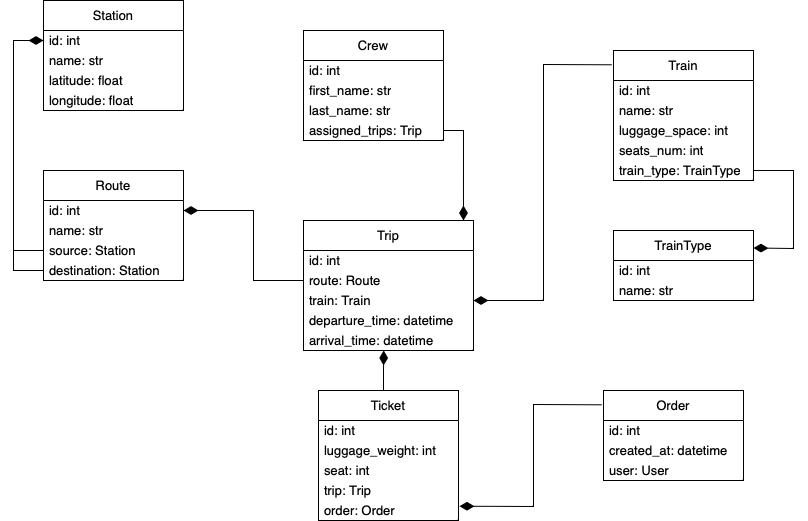
Above: db_diagram.png in ilushasm/train-station-api-service (draw.io), before the change. Source tidied: cells renumbered, new cells last; positions are measured from the earlier drawing's top-left corner, leaving out a move shared by most shapes. Source of this version:
```xml
<mxGraphModel>
  <root>
    <mxCell id="0" />
    <mxCell id="1" parent="0" />
    <mxCell id="2" value="Crew" style="swimlane;fontStyle=0;horizontal=1;startSize=30;whiteSpace=wrap;html=1;fontSize=13;" parent="1" vertex="1">
      <mxGeometry x="290" y="30" width="140" height="110" as="geometry" />
    </mxCell>
    <mxCell id="3" value="id: int" style="text;strokeColor=none;fillColor=none;align=left;verticalAlign=middle;spacingLeft=4;spacingRight=4;overflow=hidden;whiteSpace=wrap;html=1;fontSize=13;" parent="2" vertex="1">
      <mxGeometry y="30" width="140" height="20" as="geometry" />
    </mxCell>
    <mxCell id="4" value="first_name: str" style="text;strokeColor=none;fillColor=none;align=left;verticalAlign=middle;spacingLeft=4;spacingRight=4;overflow=hidden;whiteSpace=wrap;html=1;fontSize=13;" parent="2" vertex="1">
      <mxGeometry y="50" width="140" height="20" as="geometry" />
    </mxCell>
    <mxCell id="5" value="last_name: str" style="text;strokeColor=none;fillColor=none;align=left;verticalAlign=middle;spacingLeft=4;spacingRight=4;overflow=hidden;whiteSpace=wrap;html=1;fontSize=13;" parent="2" vertex="1">
      <mxGeometry y="70" width="140" height="20" as="geometry" />
    </mxCell>
    <mxCell id="6" value="assigned_trips: Trip" style="text;strokeColor=none;fillColor=none;align=left;verticalAlign=middle;spacingLeft=4;spacingRight=4;overflow=hidden;points=[[0,0.5],[1,0.5]];portConstraint=eastwest;whiteSpace=wrap;html=1;fontSize=13;" parent="2" vertex="1">
      <mxGeometry y="90" width="140" height="20" as="geometry" />
    </mxCell>
    <mxCell id="7" value="Trip" style="swimlane;fontStyle=0;horizontal=1;startSize=30;whiteSpace=wrap;html=1;fontSize=13;" parent="1" vertex="1">
      <mxGeometry x="290" y="220" width="170" height="130" as="geometry" />
    </mxCell>
    <mxCell id="8" value="id: int" style="text;strokeColor=none;fillColor=none;align=left;verticalAlign=middle;spacingLeft=4;spacingRight=4;overflow=hidden;whiteSpace=wrap;html=1;fontSize=13;" parent="7" vertex="1">
      <mxGeometry y="30" width="170" height="20" as="geometry" />
    </mxCell>
    <mxCell id="9" value="route: Route" style="text;strokeColor=none;fillColor=none;align=left;verticalAlign=middle;spacingLeft=4;spacingRight=4;overflow=hidden;points=[[0,0.5],[1,0.5]];portConstraint=eastwest;whiteSpace=wrap;html=1;fontSize=13;" parent="7" vertex="1">
      <mxGeometry y="50" width="170" height="20" as="geometry" />
    </mxCell>
    <mxCell id="10" value="train: Train" style="text;strokeColor=none;fillColor=none;align=left;verticalAlign=middle;spacingLeft=4;spacingRight=4;overflow=hidden;points=[[0,0.5],[1,0.5]];portConstraint=eastwest;whiteSpace=wrap;html=1;fontSize=13;" parent="7" vertex="1">
      <mxGeometry y="70" width="170" height="20" as="geometry" />
    </mxCell>
    <mxCell id="11" value="departure_time: datetime" style="text;strokeColor=none;fillColor=none;align=left;verticalAlign=middle;spacingLeft=4;spacingRight=4;overflow=hidden;whiteSpace=wrap;html=1;fontSize=13;" parent="7" vertex="1">
      <mxGeometry y="90" width="170" height="20" as="geometry" />
    </mxCell>
    <mxCell id="12" value="arrival_time: datetime" style="text;strokeColor=none;fillColor=none;align=left;verticalAlign=middle;spacingLeft=4;spacingRight=4;overflow=hidden;points=[[0,0.5],[1,0.5]];portConstraint=eastwest;whiteSpace=wrap;html=1;fontSize=13;" parent="7" vertex="1">
      <mxGeometry y="110" width="170" height="20" as="geometry" />
    </mxCell>
    <mxCell id="13" value="Station" style="swimlane;fontStyle=0;horizontal=1;startSize=30;whiteSpace=wrap;html=1;fontSize=13;" parent="1" vertex="1">
      <mxGeometry x="30" width="140" height="110" as="geometry" />
    </mxCell>
    <mxCell id="14" value="id: int" style="text;strokeColor=none;fillColor=none;align=left;verticalAlign=middle;spacingLeft=4;spacingRight=4;overflow=hidden;points=[[0,0.5],[1,0.5]];portConstraint=eastwest;whiteSpace=wrap;html=1;fontSize=13;" parent="13" vertex="1">
      <mxGeometry y="30" width="140" height="20" as="geometry" />
    </mxCell>
    <mxCell id="15" value="name: str" style="text;strokeColor=none;fillColor=none;align=left;verticalAlign=middle;spacingLeft=4;spacingRight=4;overflow=hidden;whiteSpace=wrap;html=1;fontSize=13;" parent="13" vertex="1">
      <mxGeometry y="50" width="140" height="20" as="geometry" />
    </mxCell>
    <mxCell id="16" value="latitude: float" style="text;strokeColor=none;fillColor=none;align=left;verticalAlign=middle;spacingLeft=4;spacingRight=4;overflow=hidden;whiteSpace=wrap;html=1;fontSize=13;" parent="13" vertex="1">
      <mxGeometry y="70" width="140" height="20" as="geometry" />
    </mxCell>
    <mxCell id="17" value="longitude: float" style="text;strokeColor=none;fillColor=none;align=left;verticalAlign=middle;spacingLeft=4;spacingRight=4;overflow=hidden;whiteSpace=wrap;html=1;fontSize=13;" parent="13" vertex="1">
      <mxGeometry y="90" width="140" height="20" as="geometry" />
    </mxCell>
    <mxCell id="18" value="Route" style="swimlane;fontStyle=0;horizontal=1;startSize=30;whiteSpace=wrap;html=1;fontSize=13;" parent="1" vertex="1">
      <mxGeometry x="30" y="170" width="140" height="110" as="geometry" />
    </mxCell>
    <mxCell id="19" value="id: int" style="text;strokeColor=none;fillColor=none;align=left;verticalAlign=middle;spacingLeft=4;spacingRight=4;overflow=hidden;points=[[0,0.5],[1,0.5]];portConstraint=eastwest;whiteSpace=wrap;html=1;fontSize=13;" parent="18" vertex="1">
      <mxGeometry y="30" width="140" height="20" as="geometry" />
    </mxCell>
    <mxCell id="20" value="name: str" style="text;strokeColor=none;fillColor=none;align=left;verticalAlign=middle;spacingLeft=4;spacingRight=4;overflow=hidden;whiteSpace=wrap;html=1;fontSize=13;" parent="18" vertex="1">
      <mxGeometry y="50" width="140" height="20" as="geometry" />
    </mxCell>
    <mxCell id="21" value="source: Station" style="text;strokeColor=none;fillColor=none;align=left;verticalAlign=middle;spacingLeft=4;spacingRight=4;overflow=hidden;points=[[0,0.5],[1,0.5]];portConstraint=eastwest;whiteSpace=wrap;html=1;fontSize=13;" parent="18" vertex="1">
      <mxGeometry y="70" width="140" height="20" as="geometry" />
    </mxCell>
    <mxCell id="22" value="destination: Station" style="text;strokeColor=none;fillColor=none;align=left;verticalAlign=middle;spacingLeft=4;spacingRight=4;overflow=hidden;points=[[0,0.5],[1,0.5]];portConstraint=eastwest;whiteSpace=wrap;html=1;fontSize=13;" parent="18" vertex="1">
      <mxGeometry y="90" width="140" height="20" as="geometry" />
    </mxCell>
    <mxCell id="23" style="endArrow=diamondThin;html=1;rounded=0;exitX=1;exitY=0.5;exitDx=0;exitDy=0;entryX=0.941;entryY=0;entryDx=0;entryDy=0;entryPerimeter=0;endFill=1;strokeWidth=1;endSize=12;fontSize=13;" parent="1" edge="1" source="6" target="7">
      <mxGeometry relative="1" as="geometry">
        <Array as="points">
          <mxPoint x="450" y="130" />
        </Array>
      </mxGeometry>
    </mxCell>
    <mxCell id="24" style="endArrow=diamondThin;html=1;rounded=0;endFill=1;strokeWidth=1;endSize=12;exitX=0;exitY=0.5;exitDx=0;exitDy=0;entryX=0;entryY=0.5;entryDx=0;entryDy=0;fontSize=13;" parent="1" edge="1" source="21" target="14">
      <mxGeometry relative="1" as="geometry">
        <Array as="points">
          <mxPoint y="250" />
          <mxPoint y="40" />
        </Array>
      </mxGeometry>
    </mxCell>
    <mxCell id="25" style="endArrow=none;html=1;rounded=0;entryX=0;entryY=0.5;entryDx=0;entryDy=0;fontSize=13;" parent="1" edge="1" target="22">
      <mxGeometry relative="1" as="geometry">
        <mxPoint y="250" as="sourcePoint" />
        <Array as="points">
          <mxPoint y="270" />
        </Array>
      </mxGeometry>
    </mxCell>
    <mxCell id="26" style="endArrow=diamondThin;html=1;rounded=0;endFill=1;strokeWidth=1;endSize=12;exitX=0;exitY=0.5;exitDx=0;exitDy=0;entryX=1;entryY=0.5;entryDx=0;entryDy=0;fontSize=13;" parent="1" edge="1" source="9" target="19">
      <mxGeometry relative="1" as="geometry">
        <Array as="points">
          <mxPoint x="240" y="280" />
          <mxPoint x="240" y="210" />
        </Array>
      </mxGeometry>
    </mxCell>
    <mxCell id="27" value="TrainType" style="swimlane;fontStyle=0;horizontal=1;startSize=30;whiteSpace=wrap;html=1;fontSize=13;" parent="1" vertex="1">
      <mxGeometry x="600" y="230" width="140" height="70" as="geometry" />
    </mxCell>
    <mxCell id="28" value="id: int" style="text;strokeColor=none;fillColor=none;align=left;verticalAlign=middle;spacingLeft=4;spacingRight=4;overflow=hidden;whiteSpace=wrap;html=1;fontSize=13;" parent="27" vertex="1">
      <mxGeometry y="30" width="140" height="20" as="geometry" />
    </mxCell>
    <mxCell id="29" value="name: str" style="text;strokeColor=none;fillColor=none;align=left;verticalAlign=middle;spacingLeft=4;spacingRight=4;overflow=hidden;whiteSpace=wrap;html=1;fontSize=13;" parent="27" vertex="1">
      <mxGeometry y="50" width="140" height="20" as="geometry" />
    </mxCell>
    <mxCell id="30" value="Train" style="swimlane;fontStyle=0;horizontal=1;startSize=30;whiteSpace=wrap;html=1;fontSize=13;" parent="1" vertex="1">
      <mxGeometry x="600" y="50" width="140" height="130" as="geometry" />
    </mxCell>
    <mxCell id="31" value="id: int" style="text;strokeColor=none;fillColor=none;align=left;verticalAlign=middle;spacingLeft=4;spacingRight=4;overflow=hidden;whiteSpace=wrap;html=1;fontSize=13;" parent="30" vertex="1">
      <mxGeometry y="30" width="140" height="20" as="geometry" />
    </mxCell>
    <mxCell id="32" value="name: str" style="text;strokeColor=none;fillColor=none;align=left;verticalAlign=middle;spacingLeft=4;spacingRight=4;overflow=hidden;whiteSpace=wrap;html=1;fontSize=13;" parent="30" vertex="1">
      <mxGeometry y="50" width="140" height="20" as="geometry" />
    </mxCell>
    <mxCell id="33" value="luggage_space: int" style="text;strokeColor=none;fillColor=none;align=left;verticalAlign=middle;spacingLeft=4;spacingRight=4;overflow=hidden;whiteSpace=wrap;html=1;fontSize=13;" parent="30" vertex="1">
      <mxGeometry y="70" width="140" height="20" as="geometry" />
    </mxCell>
    <mxCell id="34" value="seats_num: int" style="text;strokeColor=none;fillColor=none;align=left;verticalAlign=middle;spacingLeft=4;spacingRight=4;overflow=hidden;whiteSpace=wrap;html=1;fontSize=13;" parent="30" vertex="1">
      <mxGeometry y="90" width="140" height="20" as="geometry" />
    </mxCell>
    <mxCell id="35" value="train_type: TrainType" style="text;strokeColor=none;fillColor=none;align=left;verticalAlign=middle;spacingLeft=4;spacingRight=4;overflow=hidden;points=[[0,0.5],[1,0.5]];portConstraint=eastwest;whiteSpace=wrap;html=1;fontSize=13;" parent="30" vertex="1">
      <mxGeometry y="110" width="140" height="20" as="geometry" />
    </mxCell>
    <mxCell id="36" style="endArrow=diamondThin;html=1;rounded=0;exitX=1;exitY=0.5;exitDx=0;exitDy=0;entryX=1;entryY=0.25;entryDx=0;entryDy=0;endFill=1;strokeWidth=1;endSize=12;fontSize=13;" parent="1" edge="1" source="35" target="27">
      <mxGeometry relative="1" as="geometry">
        <Array as="points">
          <mxPoint x="780" y="170" />
          <mxPoint x="780" y="248" />
        </Array>
      </mxGeometry>
    </mxCell>
    <mxCell id="37" style="endArrow=diamondThin;html=1;rounded=0;exitX=-0.012;exitY=0.11;exitDx=0;exitDy=0;entryX=1;entryY=0.5;entryDx=0;entryDy=0;endFill=1;strokeWidth=1;endSize=12;exitPerimeter=0;fontSize=13;" parent="1" edge="1" source="30" target="10">
      <mxGeometry relative="1" as="geometry">
        <Array as="points">
          <mxPoint x="530" y="64" />
          <mxPoint x="530" y="300" />
        </Array>
      </mxGeometry>
    </mxCell>
    <mxCell id="38" value="Order" style="swimlane;fontStyle=0;horizontal=1;startSize=30;whiteSpace=wrap;html=1;fontSize=13;" parent="1" vertex="1">
      <mxGeometry x="590" y="390" width="140" height="90" as="geometry" />
    </mxCell>
    <mxCell id="39" value="id: int" style="text;strokeColor=none;fillColor=none;align=left;verticalAlign=middle;spacingLeft=4;spacingRight=4;overflow=hidden;whiteSpace=wrap;html=1;fontSize=13;" parent="38" vertex="1">
      <mxGeometry y="30" width="140" height="20" as="geometry" />
    </mxCell>
    <mxCell id="40" value="created_at: datetime" style="text;strokeColor=none;fillColor=none;align=left;verticalAlign=middle;spacingLeft=4;spacingRight=4;overflow=hidden;whiteSpace=wrap;html=1;fontSize=13;" parent="38" vertex="1">
      <mxGeometry y="50" width="140" height="20" as="geometry" />
    </mxCell>
    <mxCell id="41" value="user: User (user.models.User)" style="text;strokeColor=none;fillColor=none;align=left;verticalAlign=middle;spacingLeft=4;spacingRight=4;overflow=hidden;whiteSpace=wrap;html=1;fontSize=13;" parent="38" vertex="1">
      <mxGeometry y="70" width="140" height="20" as="geometry" />
    </mxCell>
    <mxCell id="42" value="Ticket" style="swimlane;fontStyle=0;horizontal=1;startSize=30;whiteSpace=wrap;html=1;fontSize=13;" parent="1" vertex="1">
      <mxGeometry x="305" y="390" width="140" height="130" as="geometry" />
    </mxCell>
    <mxCell id="43" value="id: int" style="text;strokeColor=none;fillColor=none;align=left;verticalAlign=middle;spacingLeft=4;spacingRight=4;overflow=hidden;whiteSpace=wrap;html=1;fontSize=13;" parent="42" vertex="1">
      <mxGeometry y="30" width="140" height="20" as="geometry" />
    </mxCell>
    <mxCell id="44" value="luggage_weight: int" style="text;strokeColor=none;fillColor=none;align=left;verticalAlign=middle;spacingLeft=4;spacingRight=4;overflow=hidden;whiteSpace=wrap;html=1;fontSize=13;" parent="42" vertex="1">
      <mxGeometry y="50" width="140" height="20" as="geometry" />
    </mxCell>
    <mxCell id="45" value="seat: int" style="text;strokeColor=none;fillColor=none;align=left;verticalAlign=middle;spacingLeft=4;spacingRight=4;overflow=hidden;whiteSpace=wrap;html=1;fontSize=13;" parent="42" vertex="1">
      <mxGeometry y="70" width="140" height="20" as="geometry" />
    </mxCell>
    <mxCell id="46" value="trip: Trip" style="text;strokeColor=none;fillColor=none;align=left;verticalAlign=middle;spacingLeft=4;spacingRight=4;overflow=hidden;whiteSpace=wrap;html=1;fontSize=13;" parent="42" vertex="1">
      <mxGeometry y="90" width="140" height="20" as="geometry" />
    </mxCell>
    <mxCell id="47" value="order: Order" style="text;strokeColor=none;fillColor=none;align=left;verticalAlign=middle;spacingLeft=4;spacingRight=4;overflow=hidden;points=[[0,0.5],[1,0.5]];portConstraint=eastwest;whiteSpace=wrap;html=1;fontSize=13;" parent="42" vertex="1">
      <mxGeometry y="110" width="140" height="20" as="geometry" />
    </mxCell>
    <mxCell id="48" style="endArrow=diamondThin;html=1;rounded=0;exitX=-0.012;exitY=0.159;exitDx=0;exitDy=0;entryX=1.007;entryY=0.286;entryDx=0;entryDy=0;endFill=1;strokeWidth=1;endSize=12;exitPerimeter=0;entryPerimeter=0;fontSize=13;" parent="1" edge="1" source="38" target="47">
      <mxGeometry relative="1" as="geometry">
        <Array as="points">
          <mxPoint x="520" y="404" />
          <mxPoint x="520" y="506" />
        </Array>
      </mxGeometry>
    </mxCell>
    <mxCell id="49" style="endArrow=diamondThin;html=1;rounded=0;entryX=0.472;entryY=1;entryDx=0;entryDy=0;entryPerimeter=0;endFill=1;endSize=12;fontSize=13;" parent="1" edge="1" target="12">
      <mxGeometry relative="1" as="geometry">
        <mxPoint x="370" y="390" as="sourcePoint" />
        <Array as="points">
          <mxPoint x="370" y="370" />
        </Array>
      </mxGeometry>
    </mxCell>
  </root>
</mxGraphModel>
```
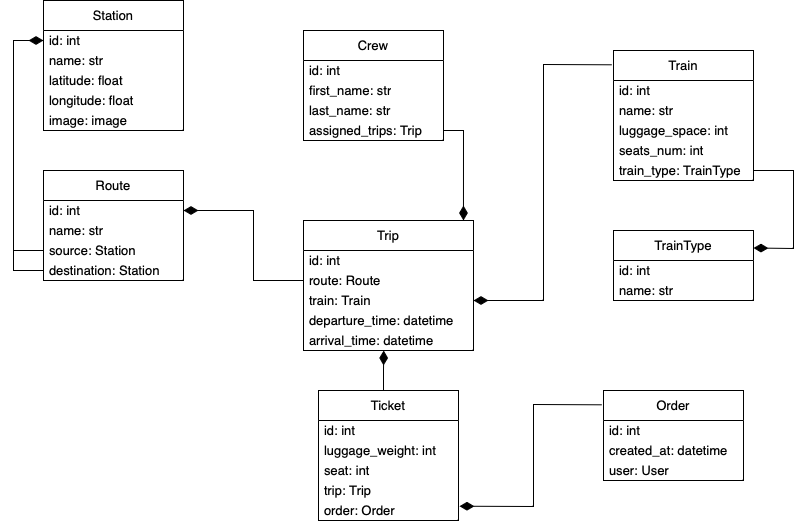
The same file after the commit.

What changed in the source:
```diff
@@ -36,7 +36,7 @@
       <mxGeometry y="110" width="170" height="20" as="geometry" />
     </mxCell>
     <mxCell id="13" value="Station" style="swimlane;fontStyle=0;horizontal=1;startSize=30;whiteSpace=wrap;html=1;fontSize=13;" parent="1" vertex="1">
-      <mxGeometry x="30" width="140" height="110" as="geometry" />
+      <mxGeometry x="30" width="140" height="130" as="geometry" />
     </mxCell>
     <mxCell id="14" value="id: int" style="text;strokeColor=none;fillColor=none;align=left;verticalAlign=middle;spacingLeft=4;spacingRight=4;overflow=hidden;points=[[0,0.5],[1,0.5]];portConstraint=eastwest;whiteSpace=wrap;html=1;fontSize=13;" parent="13" vertex="1">
       <mxGeometry y="30" width="140" height="20" as="geometry" />
@@ -50,6 +50,9 @@
     <mxCell id="17" value="longitude: float" style="text;strokeColor=none;fillColor=none;align=left;verticalAlign=middle;spacingLeft=4;spacingRight=4;overflow=hidden;whiteSpace=wrap;html=1;fontSize=13;" parent="13" vertex="1">
       <mxGeometry y="90" width="140" height="20" as="geometry" />
     </mxCell>
+    <mxCell id="50" value="image: image" style="text;strokeColor=none;fillColor=none;align=left;verticalAlign=middle;spacingLeft=4;spacingRight=4;overflow=hidden;whiteSpace=wrap;html=1;fontSize=13;" parent="13" vertex="1">
+      <mxGeometry y="110" width="140" height="20" as="geometry" />
+    </mxCell>
     <mxCell id="18" value="Route" style="swimlane;fontStyle=0;horizontal=1;startSize=30;whiteSpace=wrap;html=1;fontSize=13;" parent="1" vertex="1">
       <mxGeometry x="30" y="170" width="140" height="110" as="geometry" />
     </mxCell>
```
